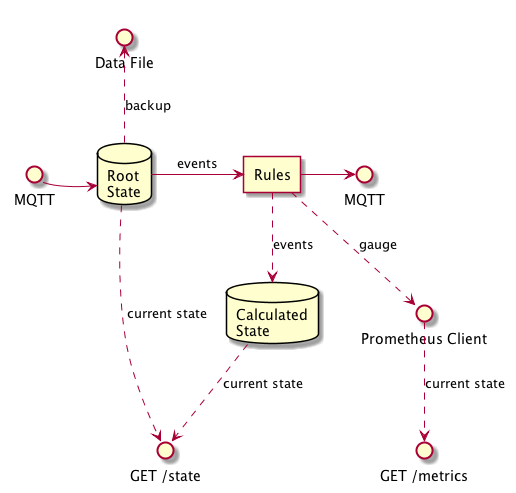
Earlier version of the PlantUML export overview.png (denwilliams/mqtt-state).
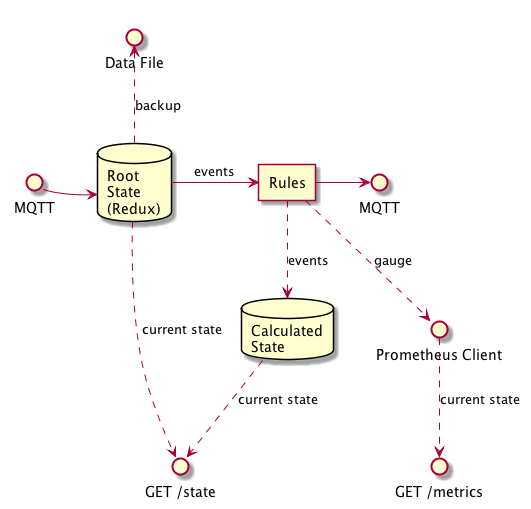
After the change.

What changed in the source:
```diff
@@ -6,7 +6,7 @@
 interface "Prometheus Client" as prom
 interface "GET /state" as getstate
 interface "GET /metrics" as getmetrics
-database "Root\nState" as root
+database "Root\nState\n(Redux)" as root
 agent "Rules" as rules
 database "Calculated\nState" as calculated
 
```
